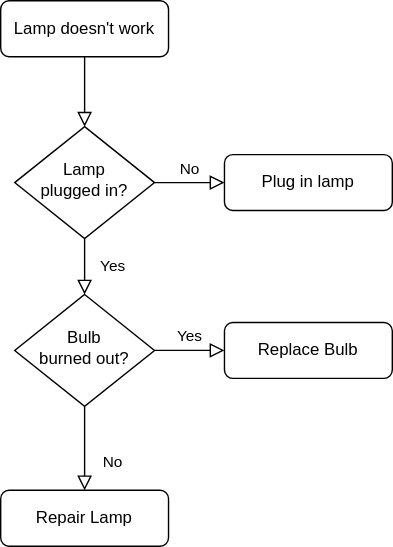
TynaMadlova/diagrams.net keeps this draw.io diagram as nevim.svg. Above is the earlier version. Source tidied: cells renumbered, new cells last; positions are measured from the earlier drawing's top-left corner, leaving out a move shared by most shapes.
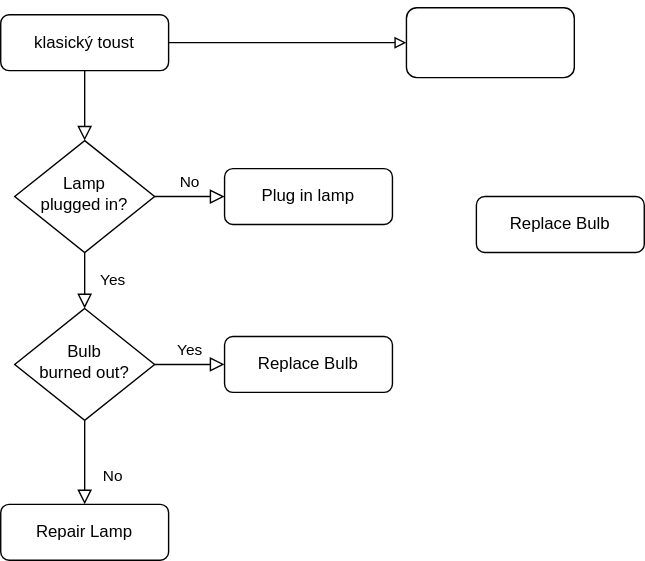
After the change.

Diff of the diagram source:
```diff
@@ -5,7 +5,7 @@
     <mxCell id="2" style="rounded=0;html=1;jettySize=auto;fontSize=11;endArrow=block;endFill=0;endSize=8;strokeWidth=1;shadow=0;labelBackgroundColor=none;edgeStyle=orthogonalEdgeStyle;" parent="1" edge="1" source="3" target="6">
       <mxGeometry relative="1" as="geometry" />
     </mxCell>
-    <mxCell id="3" value="Lamp doesn't work" style="rounded=1;whiteSpace=wrap;html=1;fontSize=12;glass=0;strokeWidth=1;shadow=0;" parent="1" vertex="1">
+    <mxCell id="3" value="klasický toust" style="rounded=1;whiteSpace=wrap;html=1;fontSize=12;glass=0;strokeWidth=1;shadow=0;" parent="1" vertex="1">
       <mxGeometry width="120" height="40" as="geometry" />
     </mxCell>
     <mxCell id="4" value="Yes" style="rounded=0;html=1;jettySize=auto;fontSize=11;endArrow=block;endFill=0;endSize=8;strokeWidth=1;shadow=0;labelBackgroundColor=none;edgeStyle=orthogonalEdgeStyle;" parent="1" edge="1" source="6" target="10">
@@ -35,5 +35,14 @@
     <mxCell id="12" value="Replace Bulb" style="rounded=1;whiteSpace=wrap;html=1;fontSize=12;glass=0;strokeWidth=1;shadow=0;" parent="1" vertex="1">
       <mxGeometry x="160" y="230" width="120" height="40" as="geometry" />
     </mxCell>
+    <mxCell id="13" value="&lt;h1 style=&quot;text-align: center&quot;&gt;&lt;br&gt;&lt;/h1&gt;" style="rounded=1;whiteSpace=wrap;html=1;fontSize=12;glass=0;strokeWidth=1;shadow=0;align=left;" parent="1" vertex="1">
+      <mxGeometry x="290" y="-5" width="120" height="50" as="geometry" />
+    </mxCell>
+    <mxCell id="14" value="Replace Bulb" style="rounded=1;whiteSpace=wrap;html=1;fontSize=12;glass=0;strokeWidth=1;shadow=0;" parent="1" vertex="1">
+      <mxGeometry x="340" y="130" width="120" height="40" as="geometry" />
+    </mxCell>
+    <mxCell id="15" style="endArrow=block;html=1;exitX=1;exitY=0.5;exitDx=0;exitDy=0;entryX=0;entryY=0.5;entryDx=0;entryDy=0;startArrow=none;startFill=0;endFill=0;" parent="1" edge="1" source="3" target="13">
+      <mxGeometry relative="1" as="geometry" />
+    </mxCell>
   </root>
 </mxGraphModel>
```
